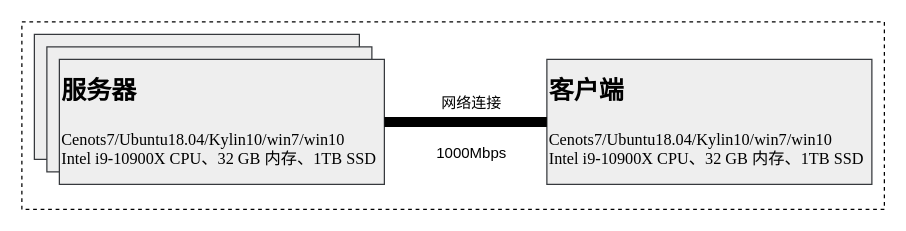
Before: temp.drawio in We1less1111/draw.io, a draw.io diagram. Source tidied: cells renumbered, new cells numbered last; positions are measured from the earlier drawing's top-left corner, leaving out a move shared by most shapes. Both pictures are drawn from the tidied source at 125%, with x=0, y=0 at pixel (21, 21).
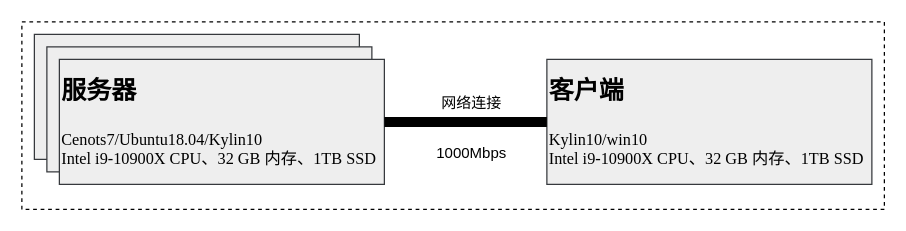
The same diagram, later.

Diff of the diagram source:
```diff
@@
 <mxGraphModel>
   <root>
     <mxCell id="0" />
     <mxCell id="1" parent="0" />
     <mxCell id="2" style="rounded=0;whiteSpace=wrap;html=1;dashed=1;" parent="1" vertex="1">
       <mxGeometry width="690" height="150" as="geometry" />
     </mxCell>
     <mxCell id="3" style="rounded=0;whiteSpace=wrap;html=1;fillColor=#eeeeee;strokeColor=#36393d;" parent="1" vertex="1">
       <mxGeometry x="10" y="10" width="260" height="100" as="geometry" />
     </mxCell>
     <mxCell id="4" style="rounded=0;whiteSpace=wrap;html=1;fillColor=#eeeeee;strokeColor=#36393d;" parent="1" vertex="1">
       <mxGeometry x="20" y="20" width="260" height="100" as="geometry" />
     </mxCell>
-    <mxCell id="5" value="&lt;font size=&quot;1&quot; style=&quot;&quot;&gt;&lt;b style=&quot;font-size: 20px;&quot;&gt;服务器&lt;/b&gt;&lt;/font&gt;&lt;div&gt;&lt;span style=&quot;font-size: 16px;&quot;&gt;&lt;br&gt;&lt;/span&gt;&lt;div&gt;&lt;span style=&quot;background-color: initial; font-family: &amp;quot;Times New Roman&amp;quot;; font-size: 13px;&quot;&gt;&lt;font style=&quot;font-size: 13px;&quot;&gt;Cenots7/Ubuntu18.04/Kylin10/win7/win10&lt;/font&gt;&lt;/span&gt;&lt;div style=&quot;font-size: 13px;&quot;&gt;&lt;font style=&quot;font-size: 13px;&quot;&gt;&lt;font style=&quot;background-color: initial; font-size: 13px;&quot; face=&quot;Times New Roman&quot;&gt;Intel&lt;/font&gt;&lt;span style=&quot;background-color: initial; font-family: &amp;quot;Times New Roman&amp;quot;;&quot;&gt;&amp;nbsp;&lt;/span&gt;&lt;span style=&quot;background-color: initial; font-family: 宋体;&quot;&gt;&lt;font style=&quot;font-size: 13px;&quot; face=&quot;Times New Roman&quot;&gt;i&lt;/font&gt;&lt;/span&gt;&lt;span style=&quot;background-color: initial; font-family: &amp;quot;Times New Roman&amp;quot;;&quot;&gt;9-10900&lt;/span&gt;&lt;span style=&quot;background-color: initial; font-family: 宋体;&quot;&gt;&lt;font style=&quot;font-size: 13px;&quot; face=&quot;Times New Roman&quot;&gt;X&lt;/font&gt;&lt;/span&gt;&lt;span style=&quot;background-color: initial; font-family: &amp;quot;Times New Roman&amp;quot;;&quot;&gt;&amp;nbsp;&lt;/span&gt;&lt;span style=&quot;background-color: initial; font-family: 宋体;&quot;&gt;&lt;font style=&quot;font-size: 13px;&quot; face=&quot;Times New Roman&quot;&gt;CPU&lt;/font&gt;&lt;/span&gt;&lt;span style=&quot;background-color: initial; font-family: &amp;quot;Times New Roman&amp;quot;;&quot;&gt;&lt;font style=&quot;font-size: 13px;&quot; face=&quot;宋体&quot;&gt;、&lt;/font&gt;32&amp;nbsp;&lt;/span&gt;&lt;span style=&quot;background-color: initial; font-family: 宋体;&quot;&gt;&lt;font style=&quot;font-size: 13px;&quot; face=&quot;Times New Roman&quot;&gt;GB&lt;/font&gt;&lt;/span&gt;&lt;span style=&quot;background-color: initial; font-family: &amp;quot;Times New Roman&amp;quot;;&quot;&gt;&amp;nbsp;&lt;/span&gt;&lt;span style=&quot;background-color: initial; font-family: 宋体;&quot;&gt;&lt;font style=&quot;font-size: 13px;&quot; face=&quot;宋体&quot;&gt;内存、&lt;/font&gt;&lt;font style=&quot;font-size: 13px;&quot; face=&quot;Times New Roman&quot;&gt;1&lt;/font&gt;&lt;/span&gt;&lt;span style=&quot;background-color: initial; font-family: &amp;quot;Times New Roman&amp;quot;;&quot;&gt;TB&amp;nbsp;&lt;/span&gt;&lt;span style=&quot;background-color: initial; font-family: 宋体;&quot;&gt;&lt;font style=&quot;font-size: 13px;&quot; face=&quot;Times New Roman&quot;&gt;SSD&lt;/font&gt;&lt;/span&gt;&lt;/font&gt;&lt;/div&gt;&lt;/div&gt;&lt;/div&gt;" style="rounded=0;whiteSpace=wrap;html=1;align=left;fillColor=#eeeeee;strokeColor=#36393d;" parent="1" vertex="1">
+    <mxCell id="5" value="&lt;font size=&quot;1&quot; style=&quot;&quot;&gt;&lt;b style=&quot;font-size: 20px;&quot;&gt;服务器&lt;/b&gt;&lt;/font&gt;&lt;div&gt;&lt;span style=&quot;font-size: 16px;&quot;&gt;&lt;br&gt;&lt;/span&gt;&lt;div&gt;&lt;span style=&quot;background-color: initial; font-family: &amp;quot;Times New Roman&amp;quot;; font-size: 13px;&quot;&gt;&lt;font style=&quot;font-size: 13px;&quot;&gt;Cenots7/Ubuntu18.04/Kylin10&lt;/font&gt;&lt;/span&gt;&lt;div style=&quot;font-size: 13px;&quot;&gt;&lt;font style=&quot;font-size: 13px;&quot;&gt;&lt;font style=&quot;background-color: initial; font-size: 13px;&quot; face=&quot;Times New Roman&quot;&gt;Intel&lt;/font&gt;&lt;span style=&quot;background-color: initial; font-family: &amp;quot;Times New Roman&amp;quot;;&quot;&gt;&amp;nbsp;&lt;/span&gt;&lt;span style=&quot;background-color: initial; font-family: 宋体;&quot;&gt;&lt;font style=&quot;font-size: 13px;&quot; face=&quot;Times New Roman&quot;&gt;i&lt;/font&gt;&lt;/span&gt;&lt;span style=&quot;background-color: initial; font-family: &amp;quot;Times New Roman&amp;quot;;&quot;&gt;9-10900&lt;/span&gt;&lt;span style=&quot;background-color: initial; font-family: 宋体;&quot;&gt;&lt;font style=&quot;font-size: 13px;&quot; face=&quot;Times New Roman&quot;&gt;X&lt;/font&gt;&lt;/span&gt;&lt;span style=&quot;background-color: initial; font-family: &amp;quot;Times New Roman&amp;quot;;&quot;&gt;&amp;nbsp;&lt;/span&gt;&lt;span style=&quot;background-color: initial; font-family: 宋体;&quot;&gt;&lt;font style=&quot;font-size: 13px;&quot; face=&quot;Times New Roman&quot;&gt;CPU&lt;/font&gt;&lt;/span&gt;&lt;span style=&quot;background-color: initial; font-family: &amp;quot;Times New Roman&amp;quot;;&quot;&gt;&lt;font style=&quot;font-size: 13px;&quot; face=&quot;宋体&quot;&gt;、&lt;/font&gt;32&amp;nbsp;&lt;/span&gt;&lt;span style=&quot;background-color: initial; font-family: 宋体;&quot;&gt;&lt;font style=&quot;font-size: 13px;&quot; face=&quot;Times New Roman&quot;&gt;GB&lt;/font&gt;&lt;/span&gt;&lt;span style=&quot;background-color: initial; font-family: &amp;quot;Times New Roman&amp;quot;;&quot;&gt;&amp;nbsp;&lt;/span&gt;&lt;span style=&quot;background-color: initial; font-family: 宋体;&quot;&gt;&lt;font style=&quot;font-size: 13px;&quot; face=&quot;宋体&quot;&gt;内存、&lt;/font&gt;&lt;font style=&quot;font-size: 13px;&quot; face=&quot;Times New Roman&quot;&gt;1&lt;/font&gt;&lt;/span&gt;&lt;span style=&quot;background-color: initial; font-family: &amp;quot;Times New Roman&amp;quot;;&quot;&gt;TB&amp;nbsp;&lt;/span&gt;&lt;span style=&quot;background-color: initial; font-family: 宋体;&quot;&gt;&lt;font style=&quot;font-size: 13px;&quot; face=&quot;Times New Roman&quot;&gt;SSD&lt;/font&gt;&lt;/span&gt;&lt;/font&gt;&lt;/div&gt;&lt;/div&gt;&lt;/div&gt;" style="rounded=0;whiteSpace=wrap;html=1;align=left;fillColor=#eeeeee;strokeColor=#36393d;" parent="1" vertex="1">
       <mxGeometry x="30" y="30" width="260" height="100" as="geometry" />
     </mxCell>
-    <mxCell id="6" value="&lt;font size=&quot;1&quot; style=&quot;&quot;&gt;&lt;b style=&quot;font-size: 20px;&quot;&gt;客户端&lt;/b&gt;&lt;/font&gt;&lt;div&gt;&lt;span style=&quot;font-size: 16px;&quot;&gt;&lt;br&gt;&lt;/span&gt;&lt;div&gt;&lt;span style=&quot;background-color: initial; font-family: &amp;quot;Times New Roman&amp;quot;; font-size: 13px;&quot;&gt;&lt;font style=&quot;font-size: 13px;&quot;&gt;Cenots7/Ubuntu18.04/Kylin10/win7/win10&lt;/font&gt;&lt;/span&gt;&lt;div style=&quot;font-size: 13px;&quot;&gt;&lt;font style=&quot;font-size: 13px;&quot;&gt;&lt;font style=&quot;background-color: initial; font-size: 13px;&quot; face=&quot;Times New Roman&quot;&gt;Intel&lt;/font&gt;&lt;span style=&quot;background-color: initial; font-family: &amp;quot;Times New Roman&amp;quot;;&quot;&gt;&amp;nbsp;&lt;/span&gt;&lt;span style=&quot;background-color: initial; font-family: 宋体;&quot;&gt;&lt;font style=&quot;font-size: 13px;&quot; face=&quot;Times New Roman&quot;&gt;i&lt;/font&gt;&lt;/span&gt;&lt;span style=&quot;background-color: initial; font-family: &amp;quot;Times New Roman&amp;quot;;&quot;&gt;9-10900&lt;/span&gt;&lt;span style=&quot;background-color: initial; font-family: 宋体;&quot;&gt;&lt;font style=&quot;font-size: 13px;&quot; face=&quot;Times New Roman&quot;&gt;X&lt;/font&gt;&lt;/span&gt;&lt;span style=&quot;background-color: initial; font-family: &amp;quot;Times New Roman&amp;quot;;&quot;&gt;&amp;nbsp;&lt;/span&gt;&lt;span style=&quot;background-color: initial; font-family: 宋体;&quot;&gt;&lt;font style=&quot;font-size: 13px;&quot; face=&quot;Times New Roman&quot;&gt;CPU&lt;/font&gt;&lt;/span&gt;&lt;span style=&quot;background-color: initial; font-family: &amp;quot;Times New Roman&amp;quot;;&quot;&gt;&lt;font style=&quot;font-size: 13px;&quot; face=&quot;宋体&quot;&gt;、&lt;/font&gt;32&amp;nbsp;&lt;/span&gt;&lt;span style=&quot;background-color: initial; font-family: 宋体;&quot;&gt;&lt;font style=&quot;font-size: 13px;&quot; face=&quot;Times New Roman&quot;&gt;GB&lt;/font&gt;&lt;/span&gt;&lt;span style=&quot;background-color: initial; font-family: &amp;quot;Times New Roman&amp;quot;;&quot;&gt;&amp;nbsp;&lt;/span&gt;&lt;span style=&quot;background-color: initial; font-family: 宋体;&quot;&gt;&lt;font style=&quot;font-size: 13px;&quot; face=&quot;宋体&quot;&gt;内存、&lt;/font&gt;&lt;font style=&quot;font-size: 13px;&quot; face=&quot;Times New Roman&quot;&gt;1&lt;/font&gt;&lt;/span&gt;&lt;span style=&quot;background-color: initial; font-family: &amp;quot;Times New Roman&amp;quot;;&quot;&gt;TB&amp;nbsp;&lt;/span&gt;&lt;span style=&quot;background-color: initial; font-family: 宋体;&quot;&gt;&lt;font style=&quot;font-size: 13px;&quot; face=&quot;Times New Roman&quot;&gt;SSD&lt;/font&gt;&lt;/span&gt;&lt;/font&gt;&lt;/div&gt;&lt;/div&gt;&lt;/div&gt;" style="rounded=0;whiteSpace=wrap;html=1;align=left;fillColor=#eeeeee;strokeColor=#36393d;" parent="1" vertex="1">
+    <mxCell id="6" value="&lt;font size=&quot;1&quot; style=&quot;&quot;&gt;&lt;b style=&quot;font-size: 20px;&quot;&gt;客户端&lt;/b&gt;&lt;/font&gt;&lt;div&gt;&lt;span style=&quot;font-size: 16px;&quot;&gt;&lt;br&gt;&lt;/span&gt;&lt;div&gt;&lt;span style=&quot;background-color: initial; font-family: &amp;quot;Times New Roman&amp;quot;; font-size: 13px;&quot;&gt;&lt;font style=&quot;font-size: 13px;&quot;&gt;Kylin10/win10&lt;/font&gt;&lt;/span&gt;&lt;div style=&quot;font-size: 13px;&quot;&gt;&lt;font style=&quot;font-size: 13px;&quot;&gt;&lt;font style=&quot;background-color: initial; font-size: 13px;&quot; face=&quot;Times New Roman&quot;&gt;Intel&lt;/font&gt;&lt;span style=&quot;background-color: initial; font-family: &amp;quot;Times New Roman&amp;quot;;&quot;&gt;&amp;nbsp;&lt;/span&gt;&lt;span style=&quot;background-color: initial; font-family: 宋体;&quot;&gt;&lt;font style=&quot;font-size: 13px;&quot; face=&quot;Times New Roman&quot;&gt;i&lt;/font&gt;&lt;/span&gt;&lt;span style=&quot;background-color: initial; font-family: &amp;quot;Times New Roman&amp;quot;;&quot;&gt;9-10900&lt;/span&gt;&lt;span style=&quot;background-color: initial; font-family: 宋体;&quot;&gt;&lt;font style=&quot;font-size: 13px;&quot; face=&quot;Times New Roman&quot;&gt;X&lt;/font&gt;&lt;/span&gt;&lt;span style=&quot;background-color: initial; font-family: &amp;quot;Times New Roman&amp;quot;;&quot;&gt;&amp;nbsp;&lt;/span&gt;&lt;span style=&quot;background-color: initial; font-family: 宋体;&quot;&gt;&lt;font style=&quot;font-size: 13px;&quot; face=&quot;Times New Roman&quot;&gt;CPU&lt;/font&gt;&lt;/span&gt;&lt;span style=&quot;background-color: initial; font-family: &amp;quot;Times New Roman&amp;quot;;&quot;&gt;&lt;font style=&quot;font-size: 13px;&quot; face=&quot;宋体&quot;&gt;、&lt;/font&gt;32&amp;nbsp;&lt;/span&gt;&lt;span style=&quot;background-color: initial; font-family: 宋体;&quot;&gt;&lt;font style=&quot;font-size: 13px;&quot; face=&quot;Times New Roman&quot;&gt;GB&lt;/font&gt;&lt;/span&gt;&lt;span style=&quot;background-color: initial; font-family: &amp;quot;Times New Roman&amp;quot;;&quot;&gt;&amp;nbsp;&lt;/span&gt;&lt;span style=&quot;background-color: initial; font-family: 宋体;&quot;&gt;&lt;font style=&quot;font-size: 13px;&quot; face=&quot;宋体&quot;&gt;内存、&lt;/font&gt;&lt;font style=&quot;font-size: 13px;&quot; face=&quot;Times New Roman&quot;&gt;1&lt;/font&gt;&lt;/span&gt;&lt;span style=&quot;background-color: initial; font-family: &amp;quot;Times New Roman&amp;quot;;&quot;&gt;TB&amp;nbsp;&lt;/span&gt;&lt;span style=&quot;background-color: initial; font-family: 宋体;&quot;&gt;&lt;font style=&quot;font-size: 13px;&quot; face=&quot;Times New Roman&quot;&gt;SSD&lt;/font&gt;&lt;/span&gt;&lt;/font&gt;&lt;/div&gt;&lt;/div&gt;&lt;/div&gt;" style="rounded=0;whiteSpace=wrap;html=1;align=left;fillColor=#eeeeee;strokeColor=#36393d;" parent="1" vertex="1">
       <mxGeometry x="420" y="30" width="260" height="100" as="geometry" />
     </mxCell>
     <mxCell id="7" style="endArrow=none;html=1;rounded=0;entryX=0;entryY=0.5;entryDx=0;entryDy=0;strokeWidth=8;" parent="1" edge="1" target="6">
       <mxGeometry relative="1" as="geometry">
         <mxPoint x="290" y="80" as="sourcePoint" />
       </mxGeometry>
     </mxCell>
     <mxCell id="8" value="网络连接" style="text;html=1;align=center;verticalAlign=middle;whiteSpace=wrap;rounded=0;" parent="1" vertex="1">
       <mxGeometry x="330" y="50" width="60" height="30" as="geometry" />
     </mxCell>
     <mxCell id="9" value="1000Mbps" style="text;html=1;align=center;verticalAlign=middle;whiteSpace=wrap;rounded=0;" parent="1" vertex="1">
       <mxGeometry x="330" y="90" width="60" height="30" as="geometry" />
     </mxCell>
   </root>
 </mxGraphModel>
```
